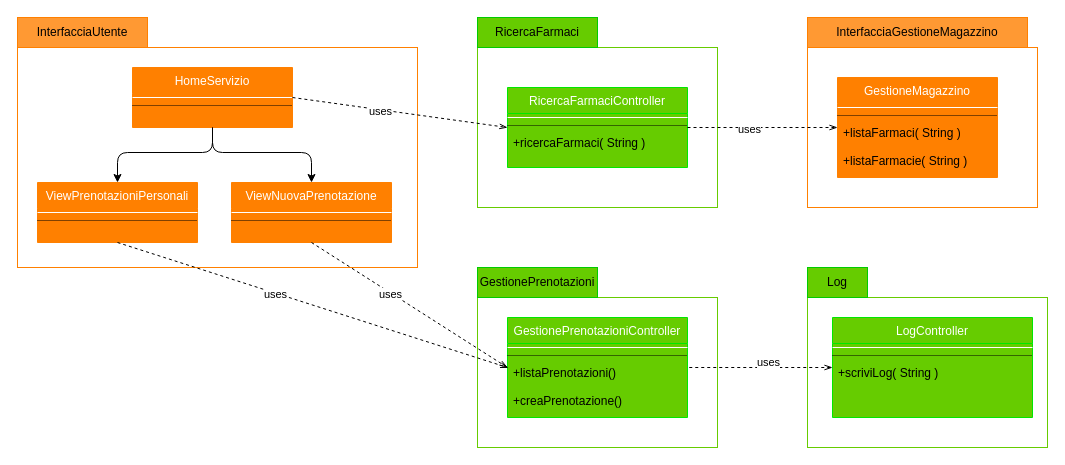
Before: page "Utente" (3 of 4) of drawio/Diagrammi.drawio in lnwor/farmabyte-doc, a draw.io diagram. Source tidied: cells renumbered, new cells numbered last; positions are measured from the earlier drawing's top-left corner, leaving out a move shared by most shapes. Both pictures are drawn from the tidied source at 100%, with x=0, y=0 at pixel (17, 17).
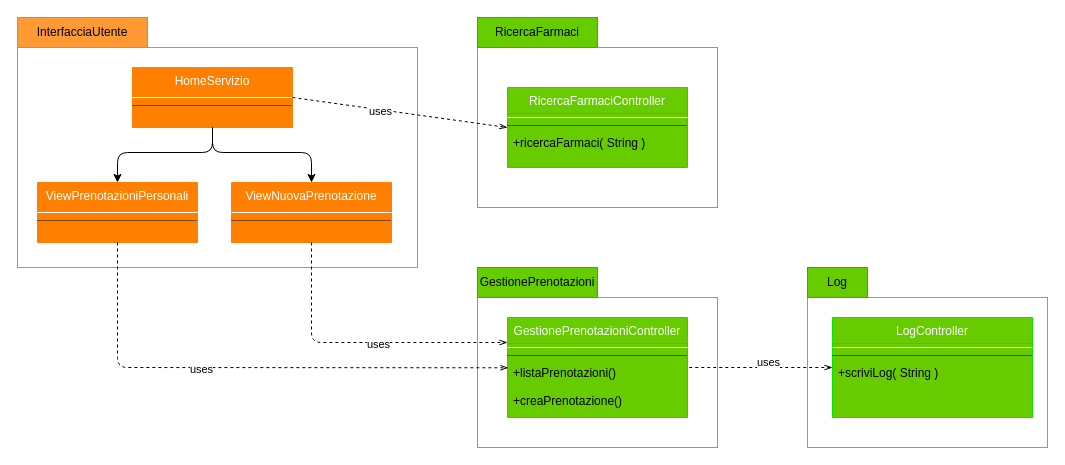
After the change.

Unchanged cells that the change refers to:
```xml
<mxCell id="9" value="GestionePrenotazioniController" style="swimlane;fontStyle=0;align=center;verticalAlign=top;horizontal=1;startSize=26;rounded=0;shadow=0;strokeWidth=1;fontColor=#ffffff;swimlaneFillColor=#66CC00;strokeColor=#00E800;fillColor=#66CC00;" parent="1" vertex="1">
  <mxGeometry x="490" y="300" width="180" height="100" as="geometry" />
</mxCell>
<mxCell id="12" value="+listaPrenotazioni()" style="text;align=left;verticalAlign=top;spacingLeft=4;spacingRight=4;overflow=hidden;points=[[0,0.5],[1,0.5]];portConstraint=eastwest;" parent="9" vertex="1">
  <mxGeometry y="42" width="180" height="28" as="geometry" />
</mxCell>
<mxCell id="14" value="ViewNuovaPrenotazione" style="swimlane;fontStyle=0;align=center;verticalAlign=top;horizontal=1;startSize=26;rounded=0;shadow=0;strokeWidth=1;fontColor=#ffffff;swimlaneFillColor=#FF8000;strokeColor=#FF8000;fillColor=#FF8000;" parent="1" vertex="1">
  <mxGeometry x="214" y="165" width="160" height="60" as="geometry" />
</mxCell>
<mxCell id="25" value="ViewPrenotazioniPersonali" style="swimlane;fontStyle=0;align=center;verticalAlign=top;horizontal=1;startSize=26;rounded=0;shadow=0;strokeWidth=1;fontColor=#ffffff;swimlaneFillColor=#FF8000;strokeColor=#FF8000;fillColor=#FF8000;" parent="1" vertex="1">
  <mxGeometry x="20" y="165" width="160" height="60" as="geometry" />
</mxCell>
```

Change to the diagram source:
```diff
@@
-    <mxCell id="28" style="rounded=0;whiteSpace=wrap;html=1;strokeColor=#FF8000;" parent="1" vertex="1">
-      <mxGeometry x="790" y="30" width="230" height="160" as="geometry" />
-    </mxCell>
-    <mxCell id="29" value="InterfacciaGestioneMagazzino" style="rounded=0;whiteSpace=wrap;html=1;gradientColor=none;strokeColor=#FF8000;fillColor=#FF9933;" parent="1" vertex="1">
-      <mxGeometry x="790" width="220" height="30" as="geometry" />
-    </mxCell>
-    <mxCell id="30" value="GestioneMagazzino" style="swimlane;fontStyle=0;align=center;verticalAlign=top;horizontal=1;startSize=26;rounded=0;shadow=0;strokeWidth=1;fontColor=#ffffff;swimlaneFillColor=#FF8000;strokeColor=#FF8000;fillColor=#FF8000;" parent="1" vertex="1">
-      <mxGeometry x="820" y="60" width="160" height="100" as="geometry" />
-    </mxCell>
-    <mxCell id="31" style="line;html=1;strokeWidth=1;align=left;verticalAlign=middle;spacingTop=-1;spacingLeft=3;spacingRight=3;labelPosition=right;strokeColor=#FFFFFF;" parent="30" vertex="1">
-      <mxGeometry y="26" width="160" height="8" as="geometry" />
-    </mxCell>
-    <mxCell id="32" style="line;html=1;strokeWidth=1;align=left;verticalAlign=middle;spacingTop=-1;spacingLeft=3;spacingRight=3;labelPosition=right;dashed=1;dashPattern=1 1;" parent="30" vertex="1">
-      <mxGeometry y="34" width="160" height="8" as="geometry" />
-    </mxCell>
-    <mxCell id="33" value="+listaFarmaci( String )" style="text;align=left;verticalAlign=top;spacingLeft=4;spacingRight=4;overflow=hidden;" parent="30" vertex="1">
-      <mxGeometry y="42" width="160" height="28" as="geometry" />
-    </mxCell>
-    <mxCell id="34" value="+listaFarmacie( String )" style="text;align=left;verticalAlign=top;spacingLeft=4;spacingRight=4;overflow=hidden;" parent="30" vertex="1">
-      <mxGeometry y="70" width="160" height="28" as="geometry" />
-    </mxCell>
@@
-    <mxCell id="43" style="endArrow=openThin;html=1;exitX=0.5;exitY=1;exitDx=0;exitDy=0;entryX=0;entryY=0.5;entryDx=0;entryDy=0;dashed=1;endFill=0;" parent="1" edge="1" source="14" target="9">
-      <mxGeometry relative="1" as="geometry" />
+    <mxCell id="43" style="endArrow=openThin;html=1;exitX=0.5;exitY=1;exitDx=0;exitDy=0;entryX=0;entryY=0.25;entryDx=0;entryDy=0;dashed=1;endFill=0;" parent="1" edge="1" source="14" target="9">
+      <mxGeometry relative="1" as="geometry">
+        <Array as="points">
+          <mxPoint x="294" y="325" />
+        </Array>
+      </mxGeometry>
     </mxCell>
     <mxCell id="44" value="uses" style="edgeLabel;html=1;align=center;verticalAlign=middle;" parent="43" vertex="1">
-      <mxGeometry x="-0.19" y="-1" relative="1" as="geometry" />
+      <mxGeometry x="-0.19" y="-1" relative="1" as="geometry">
+        <mxPoint x="46" as="offset" />
+      </mxGeometry>
     </mxCell>
     <mxCell id="45" style="endArrow=openThin;html=1;exitX=0.5;exitY=1;exitDx=0;exitDy=0;entryX=0.005;entryY=0.296;entryDx=0;entryDy=0;dashed=1;endFill=0;entryPerimeter=0;" parent="1" edge="1" source="25" target="12">
-      <mxGeometry relative="1" as="geometry" />
+      <mxGeometry relative="1" as="geometry">
+        <Array as="points">
+          <mxPoint x="100" y="350" />
+        </Array>
+      </mxGeometry>
     </mxCell>
@@
-    <mxCell id="49" style="endArrow=openThin;html=1;dashed=1;endFill=0;entryX=0;entryY=0.5;entryDx=0;entryDy=0;" parent="1" edge="1" target="30">
-      <mxGeometry relative="1" as="geometry">
-        <mxPoint x="670" y="110" as="sourcePoint" />
-      </mxGeometry>
-    </mxCell>
-    <mxCell id="50" value="uses" style="edgeLabel;html=1;align=center;verticalAlign=middle;" parent="49" vertex="1">
-      <mxGeometry x="-0.19" y="-1" relative="1" as="geometry" />
-    </mxCell>
```
